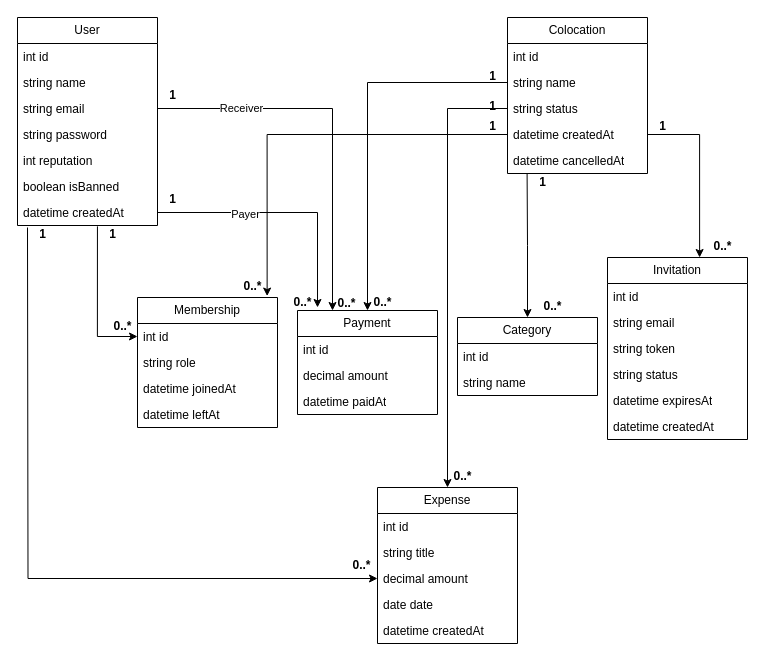
The draw.io diagram BriefCroise2/assets/diagramClass.drawio in a-oirgari/BriefCroise2, before the edit. Source tidied: cells renumbered, new cells numbered last; positions are measured from the earlier drawing's top-left corner, leaving out a move shared by most shapes. Both pictures are drawn from the tidied source at 100%, with x=0, y=0 at pixel (17, 17).
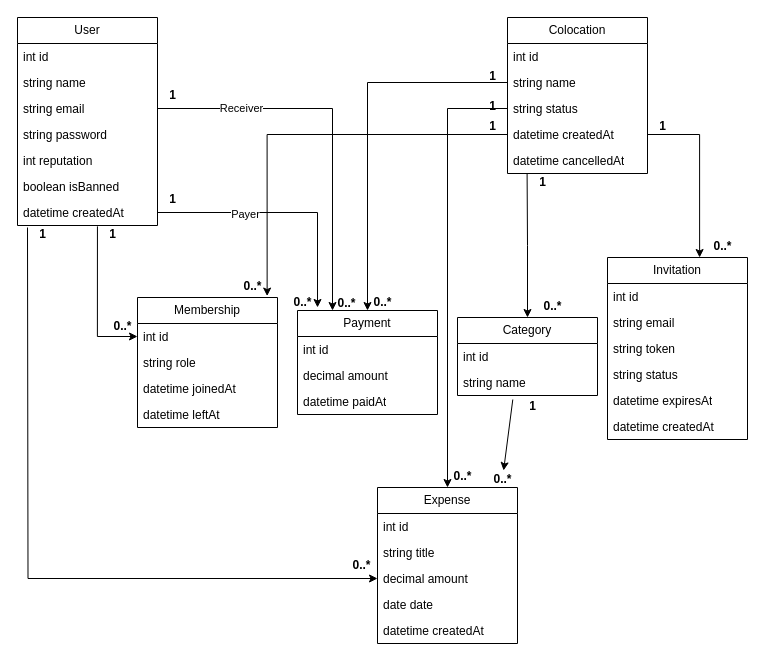
The same diagram, later.

Commit message:
refactor: modifying the UML use case

The change refers to these unchanged cells:
```xml
<mxCell id="43" value="string name" style="text;strokeColor=none;fillColor=none;align=left;verticalAlign=top;spacingLeft=4;spacingRight=4;overflow=hidden;points=[[0,0.5],[1,0.5]];portConstraint=eastwest;whiteSpace=wrap;html=1;" parent="41" vertex="1">
  <mxGeometry y="52" width="140" height="26" as="geometry" />
</mxCell>
```

Change to the diagram source:
```diff
@@
+    <mxCell id="70" value="0..*" style="text;align=center;fontStyle=1;verticalAlign=middle;spacingLeft=3;spacingRight=3;strokeColor=none;points=[[0,0.5],[1,0.5]];portConstraint=eastwest;html=1;" parent="1" vertex="1">
+      <mxGeometry x="470" y="453" width="30" height="17" as="geometry" />
+    </mxCell>
+    <mxCell id="71" value="1" style="text;align=center;fontStyle=1;verticalAlign=middle;spacingLeft=3;spacingRight=3;strokeColor=none;html=1;" parent="1" vertex="1">
+      <mxGeometry x="500" y="380" width="30" height="17" as="geometry" />
+    </mxCell>
+    <mxCell id="72" style="edgeStyle=none;html=1;entryX=0.395;entryY=1.154;entryDx=0;entryDy=0;entryPerimeter=0;startArrow=classic;startFill=1;endArrow=none;endFill=0;" parent="1" edge="1" source="70" target="43">
+      <mxGeometry relative="1" as="geometry" />
+    </mxCell>
```
